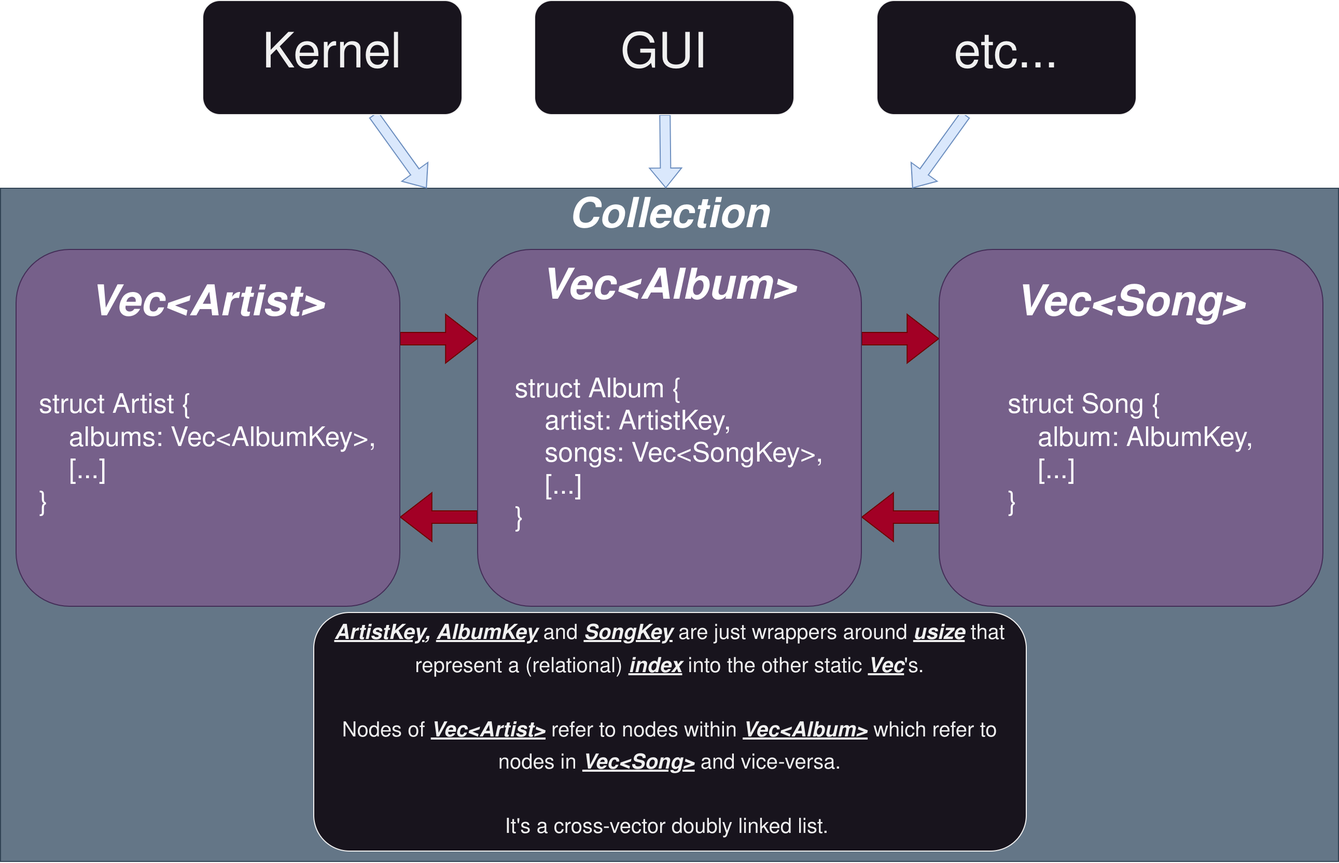
Earlier version of the draw.io export assets/images/diagram/doubly.png (hinto-janai/festival). Source tidied: cells renumbered, new cells last; positions are measured from the earlier drawing's top-left corner, leaving out a move shared by most shapes.
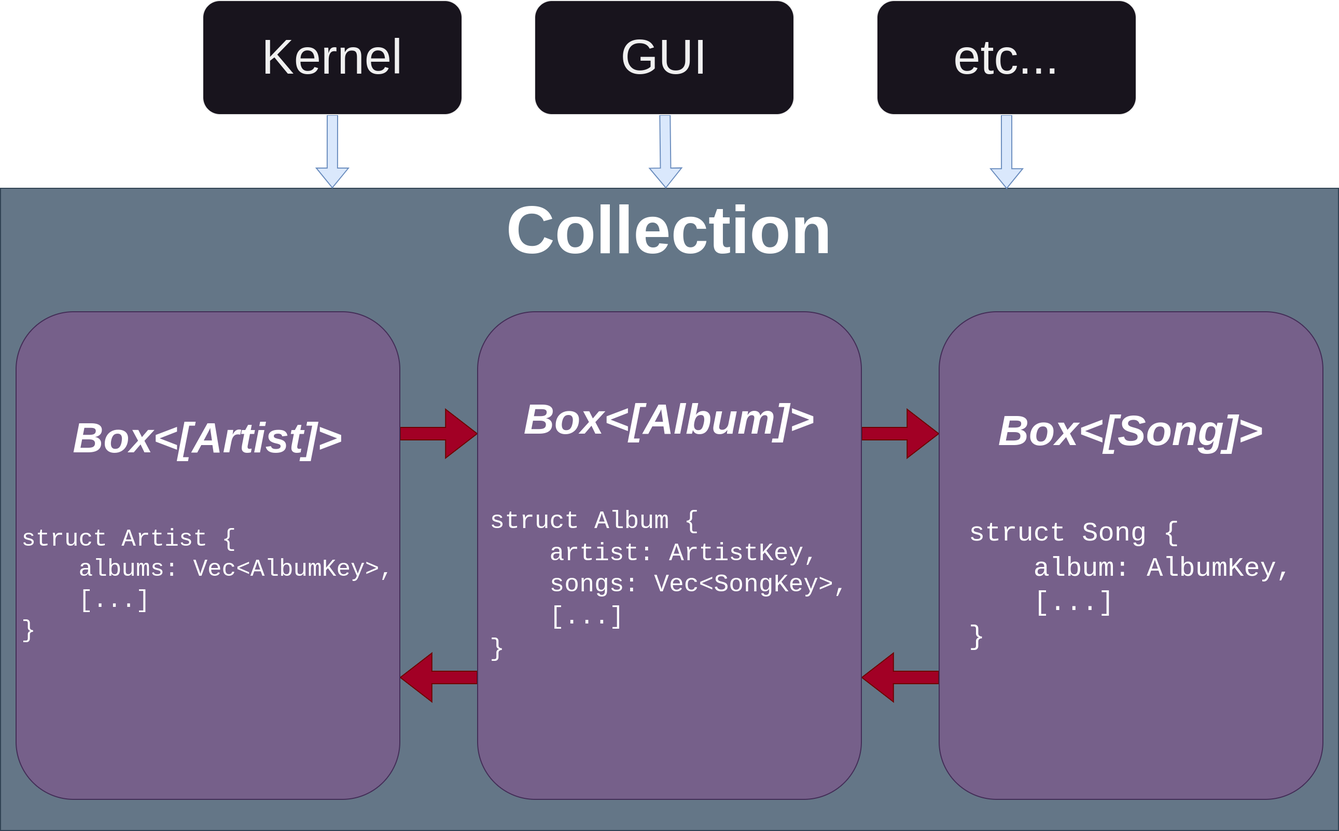
After the change.

Diff of the diagram source:
```diff
@@ -2,24 +2,21 @@
   <root>
     <mxCell id="0" />
     <mxCell id="1" parent="0" />
-    <mxCell id="2" value="&lt;i style=&quot;font-size: 29px;&quot;&gt;&lt;b style=&quot;&quot;&gt;&lt;font style=&quot;font-size: 40px;&quot;&gt;Collection&lt;/font&gt;&lt;/b&gt;&lt;br&gt;&lt;br&gt;&lt;br&gt;&lt;br&gt;&lt;br&gt;&lt;br&gt;&lt;br&gt;&lt;br&gt;&lt;br&gt;&lt;br&gt;&lt;br&gt;&lt;br&gt;&lt;/i&gt;" style="rounded=0;whiteSpace=wrap;html=1;fontFamily=Helvetica;fontSize=45;fillColor=#647687;strokeColor=#314354;fontColor=#ffffff;" parent="1" vertex="1">
-      <mxGeometry y="181" width="1290" height="649" as="geometry" />
+    <mxCell id="2" value="&lt;b style=&quot;&quot;&gt;&lt;font style=&quot;font-size: 65px;&quot;&gt;Collection&lt;/font&gt;&lt;/b&gt;&lt;br&gt;&lt;br&gt;&lt;br&gt;&lt;br&gt;&lt;br&gt;&lt;br&gt;&lt;br&gt;&lt;br&gt;&lt;br&gt;&lt;br&gt;&lt;br&gt;" style="rounded=0;whiteSpace=wrap;html=1;fontFamily=Helvetica;fontSize=45;fillColor=#647687;strokeColor=#314354;fontColor=#ffffff;" parent="1" vertex="1">
+      <mxGeometry y="181" width="1290" height="619" as="geometry" />
     </mxCell>
-    <mxCell id="3" style="shape=flexArrow;endArrow=classic;html=1;rounded=0;fontSize=47;fillColor=#dae8fc;strokeColor=#6c8ebf;" parent="1" edge="1" source="8" target="2">
+    <mxCell id="3" style="shape=flexArrow;endArrow=classic;html=1;rounded=0;fontSize=47;fillColor=#dae8fc;strokeColor=#6c8ebf;exitX=0.5;exitY=1;exitDx=0;exitDy=0;entryX=0.248;entryY=0;entryDx=0;entryDy=0;entryPerimeter=0;" parent="1" edge="1" source="8" target="2">
       <mxGeometry relative="1" as="geometry" />
     </mxCell>
     <mxCell id="4" style="shape=flexArrow;endArrow=classic;html=1;rounded=0;fontSize=47;fillColor=#dae8fc;strokeColor=#6c8ebf;" parent="1" edge="1" source="9" target="2">
       <mxGeometry relative="1" as="geometry" />
     </mxCell>
-    <mxCell id="5" style="shape=flexArrow;endArrow=classic;html=1;rounded=0;fontSize=47;fillColor=#dae8fc;strokeColor=#6c8ebf;" parent="1" edge="1" source="10" target="2">
+    <mxCell id="5" style="shape=flexArrow;endArrow=classic;html=1;rounded=0;fontSize=47;fillColor=#dae8fc;strokeColor=#6c8ebf;exitX=0.5;exitY=1;exitDx=0;exitDy=0;entryX=0.752;entryY=0.001;entryDx=0;entryDy=0;entryPerimeter=0;" parent="1" edge="1" source="10" target="2">
       <mxGeometry relative="1" as="geometry" />
     </mxCell>
     <mxCell id="6" style="shape=flexArrow;endArrow=classic;html=1;rounded=0;fontSize=47;width=12.051282051282051;endSize=9.808571428571428;exitX=1;exitY=0.25;exitDx=0;exitDy=0;entryX=0;entryY=0.25;entryDx=0;entryDy=0;strokeColor=#6F0000;fillColor=#a20025;endWidth=33.985347985347985;" parent="1" edge="1" source="14" target="15">
       <mxGeometry relative="1" as="geometry" />
     </mxCell>
-    <mxCell id="7" value="&lt;font style=&quot;font-size: 20px;&quot;&gt;&lt;i style=&quot;font-weight: bold;&quot;&gt;&lt;u&gt;ArtistKey&lt;/u&gt;, &lt;u&gt;AlbumKey&lt;/u&gt; &lt;/i&gt;and&lt;i style=&quot;font-weight: bold;&quot;&gt; &lt;u&gt;SongKey&lt;/u&gt;&lt;/i&gt;&amp;nbsp;are just wrappers around &lt;i style=&quot;font-weight: bold;&quot;&gt;&lt;u&gt;usize&lt;/u&gt;&lt;/i&gt;&amp;nbsp;that represent a (relational)&amp;nbsp;&lt;b&gt;&lt;i&gt;&lt;u&gt;index&lt;/u&gt;&lt;/i&gt;&lt;/b&gt; into the other static &lt;b&gt;&lt;u&gt;&lt;i&gt;Vec&lt;/i&gt;&lt;/u&gt;&lt;/b&gt;'s.&lt;br&gt;&lt;br&gt;Nodes of &lt;b&gt;&lt;i&gt;&lt;u&gt;Vec&amp;lt;Artist&amp;gt;&lt;/u&gt;&lt;/i&gt;&lt;/b&gt; refer to nodes within &lt;b&gt;&lt;i&gt;&lt;u&gt;Vec&amp;lt;Album&amp;gt;&lt;/u&gt;&lt;/i&gt;&lt;/b&gt; which refer to nodes in &lt;b&gt;&lt;i&gt;&lt;u&gt;Vec&amp;lt;Song&amp;gt;&lt;/u&gt;&lt;/i&gt;&lt;/b&gt; and vice-versa.&lt;br&gt;&lt;br&gt;It's a cross-vector doubly linked list.&amp;nbsp;&lt;br&gt;&lt;/font&gt;" style="rounded=1;whiteSpace=wrap;html=1;fontSize=26;" parent="1" vertex="1">
-      <mxGeometry x="302" y="590" width="687" height="230" as="geometry" />
-    </mxCell>
     <mxCell id="8" value="Kernel" style="rounded=1;whiteSpace=wrap;html=1;fontSize=47;" parent="1" vertex="1">
       <mxGeometry x="195" width="250" height="110" as="geometry" />
     </mxCell>
@@ -38,14 +35,14 @@
     <mxCell id="13" style="shape=flexArrow;endArrow=classic;html=1;rounded=0;fontSize=47;width=12.051282051282051;endSize=9.808571428571428;exitX=0;exitY=0.75;exitDx=0;exitDy=0;entryX=1;entryY=0.75;entryDx=0;entryDy=0;strokeColor=#6F0000;fillColor=#a20025;endWidth=33.985347985347985;" parent="1" edge="1" source="15" target="14">
       <mxGeometry relative="1" as="geometry" />
     </mxCell>
-    <mxCell id="14" value="&lt;span style=&quot;font-size: 26px;&quot;&gt;&lt;font style=&quot;font-weight: bold; font-style: italic; font-size: 41px;&quot;&gt;Vec&amp;lt;Artist&amp;gt;&lt;/font&gt;&lt;br&gt;&lt;br&gt;&lt;div style=&quot;text-align: left;&quot;&gt;&lt;span style=&quot;background-color: initial;&quot;&gt;struct Artist {&lt;/span&gt;&lt;/div&gt;&lt;div style=&quot;text-align: left;&quot;&gt;&lt;span style=&quot;background-color: initial;&quot;&gt;&amp;nbsp; &amp;nbsp; albums: Vec&amp;lt;AlbumKey&amp;gt;,&lt;/span&gt;&lt;/div&gt;&lt;div style=&quot;text-align: left;&quot;&gt;&lt;span style=&quot;background-color: initial;&quot;&gt;&amp;nbsp; &amp;nbsp; [...]&amp;nbsp; &amp;nbsp; &amp;nbsp; &amp;nbsp;&amp;nbsp;&lt;/span&gt;&lt;/div&gt;&lt;div style=&quot;text-align: left;&quot;&gt;&lt;span style=&quot;background-color: initial;&quot;&gt;}&amp;nbsp; &amp;nbsp; &amp;nbsp; &amp;nbsp; &amp;nbsp; &amp;nbsp; &amp;nbsp; &amp;nbsp; &amp;nbsp;&amp;nbsp;&lt;/span&gt;&lt;/div&gt;&lt;br&gt;&lt;/span&gt;" style="rounded=1;whiteSpace=wrap;html=1;fontSize=47;fillColor=#76608a;strokeColor=#432D57;fontColor=#ffffff;" parent="1" vertex="1">
-      <mxGeometry x="15" y="240" width="370" height="344" as="geometry" />
+    <mxCell id="14" value="&lt;span style=&quot;font-size: 23px;&quot;&gt;&lt;font style=&quot;font-weight: bold; font-style: italic; font-size: 41px;&quot;&gt;Box&amp;lt;[Artist]&amp;gt;&lt;/font&gt;&lt;br&gt;&lt;br&gt;&lt;div style=&quot;text-align: left;&quot;&gt;&lt;span style=&quot;background-color: initial;&quot;&gt;&lt;font style=&quot;font-size: 23px;&quot; face=&quot;Courier New&quot;&gt;struct Artist {&lt;/font&gt;&lt;/span&gt;&lt;/div&gt;&lt;div style=&quot;text-align: left;&quot;&gt;&lt;span style=&quot;background-color: initial;&quot;&gt;&lt;font style=&quot;font-size: 23px;&quot; face=&quot;Courier New&quot;&gt;&amp;nbsp; &amp;nbsp; albums: Vec&amp;lt;AlbumKey&amp;gt;,&lt;/font&gt;&lt;/span&gt;&lt;/div&gt;&lt;div style=&quot;text-align: left;&quot;&gt;&lt;span style=&quot;background-color: initial;&quot;&gt;&lt;font style=&quot;font-size: 23px;&quot; face=&quot;Courier New&quot;&gt;&amp;nbsp; &amp;nbsp; [...]&amp;nbsp; &amp;nbsp; &amp;nbsp; &amp;nbsp;&amp;nbsp;&lt;/font&gt;&lt;/span&gt;&lt;/div&gt;&lt;div style=&quot;text-align: left;&quot;&gt;&lt;span style=&quot;background-color: initial;&quot;&gt;&lt;font style=&quot;font-size: 23px;&quot; face=&quot;Courier New&quot;&gt;}&lt;/font&gt;&lt;/span&gt;&lt;/div&gt;&lt;br&gt;&lt;/span&gt;" style="rounded=1;whiteSpace=wrap;html=1;fontSize=47;fillColor=#76608a;strokeColor=#432D57;fontColor=#ffffff;" parent="1" vertex="1">
+      <mxGeometry x="15" y="300" width="370" height="470" as="geometry" />
     </mxCell>
-    <mxCell id="15" value="&lt;span style=&quot;font-size: 26px;&quot;&gt;&lt;font style=&quot;font-weight: bold; font-style: italic; font-size: 41px;&quot;&gt;Vec&amp;lt;Album&amp;gt;&lt;br&gt;&lt;/font&gt;&lt;br&gt;&lt;div style=&quot;text-align: left;&quot;&gt;&lt;span style=&quot;background-color: initial;&quot;&gt;struct Album {&lt;/span&gt;&lt;/div&gt;&lt;div style=&quot;text-align: left;&quot;&gt;&lt;span style=&quot;background-color: initial;&quot;&gt;&amp;nbsp; &amp;nbsp; artist: ArtistKey,&lt;/span&gt;&lt;/div&gt;&lt;div style=&quot;text-align: left;&quot;&gt;&lt;span style=&quot;background-color: initial;&quot;&gt;&amp;nbsp; &amp;nbsp; songs: Vec&amp;lt;SongKey&amp;gt;,&lt;/span&gt;&lt;/div&gt;&lt;div style=&quot;text-align: left;&quot;&gt;&lt;span style=&quot;background-color: initial;&quot;&gt;&amp;nbsp; &amp;nbsp; [...]&amp;nbsp; &amp;nbsp; &amp;nbsp; &amp;nbsp;&amp;nbsp;&lt;/span&gt;&lt;/div&gt;&lt;div style=&quot;text-align: left;&quot;&gt;&lt;span style=&quot;background-color: initial;&quot;&gt;}&amp;nbsp; &amp;nbsp; &amp;nbsp; &amp;nbsp; &amp;nbsp; &amp;nbsp; &amp;nbsp; &amp;nbsp; &amp;nbsp;&amp;nbsp;&lt;/span&gt;&lt;/div&gt;&lt;br&gt;&lt;/span&gt;" style="rounded=1;whiteSpace=wrap;html=1;fontSize=47;fillColor=#76608a;strokeColor=#432D57;fontColor=#ffffff;" parent="1" vertex="1">
-      <mxGeometry x="460" y="240" width="370" height="344" as="geometry" />
+    <mxCell id="15" value="&lt;span style=&quot;font-size: 24px;&quot;&gt;&lt;font style=&quot;font-weight: bold; font-style: italic; font-size: 41px;&quot;&gt;Box&amp;lt;[Album]&amp;gt;&lt;br&gt;&lt;/font&gt;&lt;br&gt;&lt;div style=&quot;text-align: left;&quot;&gt;&lt;span style=&quot;background-color: initial;&quot;&gt;&lt;font style=&quot;font-size: 24px;&quot; face=&quot;Courier New&quot;&gt;struct Album {&lt;/font&gt;&lt;/span&gt;&lt;/div&gt;&lt;div style=&quot;text-align: left;&quot;&gt;&lt;span style=&quot;background-color: initial;&quot;&gt;&lt;font style=&quot;font-size: 24px;&quot; face=&quot;Courier New&quot;&gt;&amp;nbsp; &amp;nbsp; artist: ArtistKey,&lt;/font&gt;&lt;/span&gt;&lt;/div&gt;&lt;div style=&quot;text-align: left;&quot;&gt;&lt;span style=&quot;background-color: initial;&quot;&gt;&lt;font style=&quot;font-size: 24px;&quot; face=&quot;Courier New&quot;&gt;&amp;nbsp; &amp;nbsp; songs: Vec&amp;lt;SongKey&amp;gt;,&lt;/font&gt;&lt;/span&gt;&lt;/div&gt;&lt;div style=&quot;text-align: left;&quot;&gt;&lt;span style=&quot;background-color: initial;&quot;&gt;&lt;font style=&quot;font-size: 24px;&quot; face=&quot;Courier New&quot;&gt;&amp;nbsp; &amp;nbsp; [...]&amp;nbsp; &amp;nbsp; &amp;nbsp; &amp;nbsp;&amp;nbsp;&lt;/font&gt;&lt;/span&gt;&lt;/div&gt;&lt;div style=&quot;text-align: left;&quot;&gt;&lt;span style=&quot;background-color: initial;&quot;&gt;&lt;font style=&quot;font-size: 24px;&quot; face=&quot;Courier New&quot;&gt;}&lt;/font&gt;&lt;/span&gt;&lt;/div&gt;&lt;br&gt;&lt;/span&gt;" style="rounded=1;whiteSpace=wrap;html=1;fontSize=47;fillColor=#76608a;strokeColor=#432D57;fontColor=#ffffff;" parent="1" vertex="1">
+      <mxGeometry x="460" y="300" width="370" height="470" as="geometry" />
     </mxCell>
-    <mxCell id="16" value="&lt;span style=&quot;font-size: 26px;&quot;&gt;&lt;font style=&quot;font-weight: bold; font-style: italic; font-size: 41px;&quot;&gt;Vec&amp;lt;Song&amp;gt;&lt;/font&gt;&lt;br&gt;&lt;br&gt;&lt;div style=&quot;text-align: left;&quot;&gt;&lt;span style=&quot;background-color: initial;&quot;&gt;struct Song {&lt;/span&gt;&lt;/div&gt;&lt;div style=&quot;text-align: left;&quot;&gt;&lt;span style=&quot;background-color: initial;&quot;&gt;&amp;nbsp; &amp;nbsp; album: AlbumKey,&lt;/span&gt;&lt;/div&gt;&lt;div style=&quot;text-align: left;&quot;&gt;&lt;span style=&quot;background-color: initial;&quot;&gt;&amp;nbsp; &amp;nbsp; [...]&amp;nbsp; &amp;nbsp; &amp;nbsp; &amp;nbsp;&amp;nbsp;&lt;/span&gt;&lt;/div&gt;&lt;div style=&quot;text-align: left;&quot;&gt;&lt;span style=&quot;background-color: initial;&quot;&gt;}&amp;nbsp; &amp;nbsp; &amp;nbsp; &amp;nbsp; &amp;nbsp; &amp;nbsp; &amp;nbsp; &amp;nbsp; &amp;nbsp;&amp;nbsp;&lt;/span&gt;&lt;/div&gt;&lt;br&gt;&lt;/span&gt;" style="rounded=1;whiteSpace=wrap;html=1;fontSize=47;fillColor=#76608a;strokeColor=#432D57;fontColor=#ffffff;" parent="1" vertex="1">
-      <mxGeometry x="905" y="240" width="370" height="344" as="geometry" />
+    <mxCell id="16" value="&lt;span style=&quot;font-size: 26px;&quot;&gt;&lt;font style=&quot;font-weight: bold; font-style: italic; font-size: 41px;&quot;&gt;Box&amp;lt;[Song]&amp;gt;&lt;/font&gt;&lt;br&gt;&lt;br&gt;&lt;div style=&quot;text-align: left;&quot;&gt;&lt;span style=&quot;background-color: initial;&quot;&gt;&lt;font face=&quot;Courier New&quot;&gt;struct Song {&lt;/font&gt;&lt;/span&gt;&lt;/div&gt;&lt;div style=&quot;text-align: left;&quot;&gt;&lt;span style=&quot;background-color: initial;&quot;&gt;&lt;font face=&quot;Courier New&quot;&gt;&amp;nbsp; &amp;nbsp; album: AlbumKey,&lt;/font&gt;&lt;/span&gt;&lt;/div&gt;&lt;div style=&quot;text-align: left;&quot;&gt;&lt;span style=&quot;background-color: initial;&quot;&gt;&lt;font face=&quot;Courier New&quot;&gt;&amp;nbsp; &amp;nbsp; [...]&amp;nbsp; &amp;nbsp; &amp;nbsp; &amp;nbsp;&amp;nbsp;&lt;/font&gt;&lt;/span&gt;&lt;/div&gt;&lt;div style=&quot;text-align: left;&quot;&gt;&lt;span style=&quot;background-color: initial;&quot;&gt;&lt;font face=&quot;Courier New&quot;&gt;}&lt;/font&gt;&lt;/span&gt;&lt;/div&gt;&lt;br&gt;&lt;/span&gt;" style="rounded=1;whiteSpace=wrap;html=1;fontSize=47;fillColor=#76608a;strokeColor=#432D57;fontColor=#ffffff;" parent="1" vertex="1">
+      <mxGeometry x="905" y="300" width="370" height="470" as="geometry" />
     </mxCell>
   </root>
 </mxGraphModel>
```
